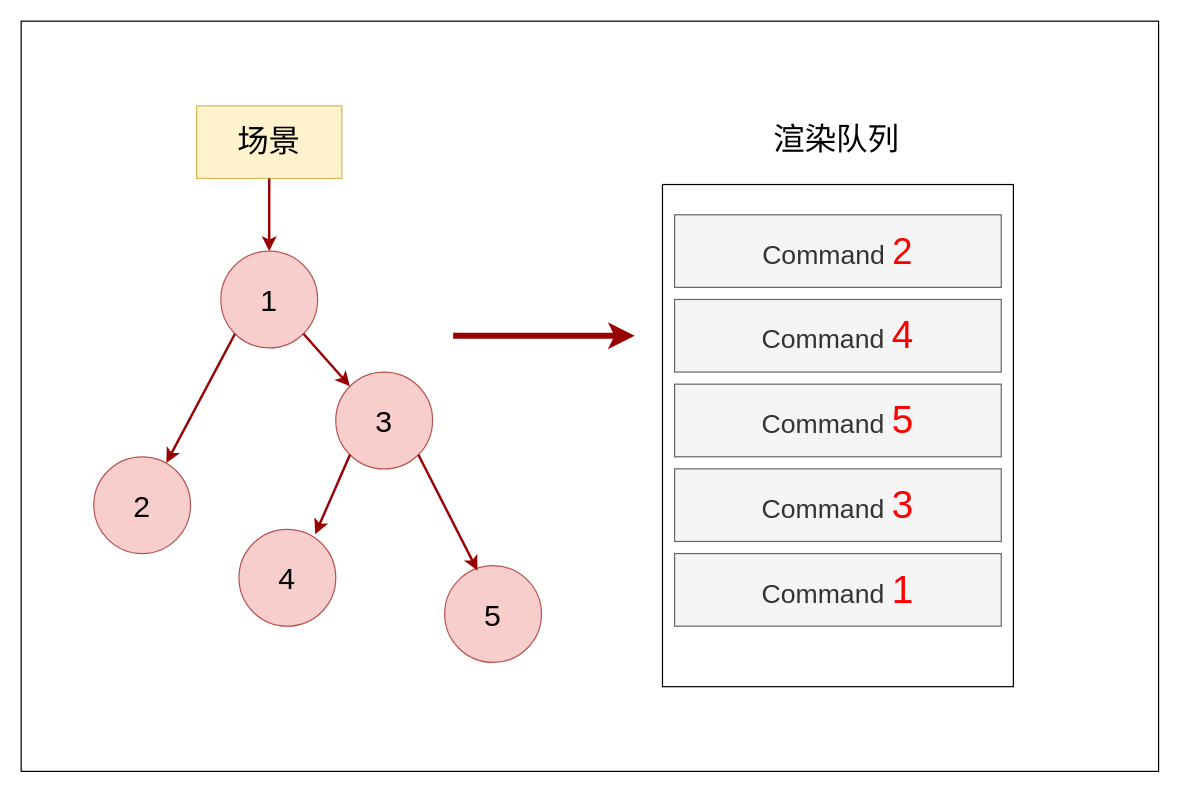
The draw.io diagram cocos_render_command.drawio in imzoer/imzoer.github.io, before the edit. Source tidied: cells renumbered, new cells numbered last; positions are measured from the earlier drawing's top-left corner, leaving out a move shared by most shapes. Both pictures are drawn from the tidied source at 121%, with x=0, y=0 at pixel (21, 21).
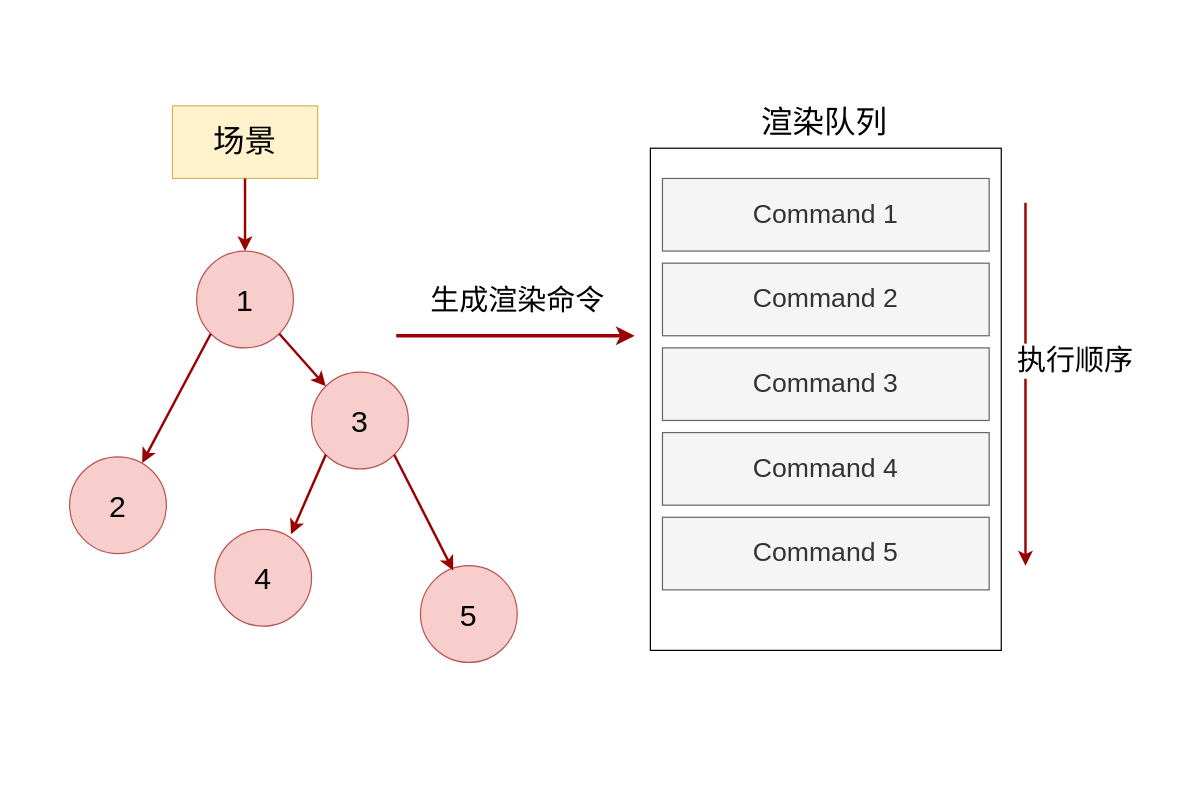
The same page after the edit.

The edit, as a diff of the source:
```diff
@@
-    <mxCell id="2" style="whiteSpace=wrap;html=1;" parent="1" vertex="1">
-      <mxGeometry width="940" height="620" as="geometry" />
-    </mxCell>
     <mxCell id="3" value="&lt;font style=&quot;font-size: 26px&quot;&gt;场景&lt;/font&gt;" style="rounded=0;whiteSpace=wrap;html=1;fillColor=#fff2cc;strokeColor=#d6b656;" parent="1" vertex="1">
-      <mxGeometry x="145" y="70" width="120" height="60" as="geometry" />
+      <mxGeometry x="125" y="70" width="120" height="60" as="geometry" />
     </mxCell>
     <mxCell id="4" value="&lt;font style=&quot;font-size: 25px&quot;&gt;1&lt;/font&gt;" style="ellipse;whiteSpace=wrap;html=1;fillColor=#f8cecc;strokeColor=#b85450;" parent="1" vertex="1">
-      <mxGeometry x="165" y="190" width="80" height="80" as="geometry" />
+      <mxGeometry x="145" y="190" width="80" height="80" as="geometry" />
     </mxCell>
@@
     <mxCell id="6" value="&lt;font style=&quot;font-size: 25px&quot;&gt;2&lt;/font&gt;" style="ellipse;whiteSpace=wrap;html=1;fillColor=#f8cecc;strokeColor=#b85450;" parent="1" vertex="1">
-      <mxGeometry x="60" y="360" width="80" height="80" as="geometry" />
+      <mxGeometry x="40" y="360" width="80" height="80" as="geometry" />
     </mxCell>
@@
     <mxCell id="8" value="&lt;font style=&quot;font-size: 25px&quot;&gt;3&lt;/font&gt;" style="ellipse;whiteSpace=wrap;html=1;fillColor=#f8cecc;strokeColor=#b85450;" parent="1" vertex="1">
-      <mxGeometry x="260" y="290" width="80" height="80" as="geometry" />
+      <mxGeometry x="240" y="290" width="80" height="80" as="geometry" />
     </mxCell>
@@
     <mxCell id="10" value="&lt;font style=&quot;font-size: 25px&quot;&gt;4&lt;/font&gt;" style="ellipse;whiteSpace=wrap;html=1;fillColor=#f8cecc;strokeColor=#b85450;" parent="1" vertex="1">
-      <mxGeometry x="180" y="420" width="80" height="80" as="geometry" />
+      <mxGeometry x="160" y="420" width="80" height="80" as="geometry" />
     </mxCell>
     <mxCell id="11" value="&lt;font style=&quot;font-size: 25px&quot;&gt;5&lt;/font&gt;" style="ellipse;whiteSpace=wrap;html=1;fillColor=#f8cecc;strokeColor=#b85450;" parent="1" vertex="1">
-      <mxGeometry x="350" y="450" width="80" height="80" as="geometry" />
+      <mxGeometry x="330" y="450" width="80" height="80" as="geometry" />
     </mxCell>
@@
-    <mxCell id="14" style="edgeStyle=none;comic=0;orthogonalLoop=1;jettySize=auto;html=1;exitX=0.5;exitY=1;exitDx=0;exitDy=0;strokeColor=#990000;strokeWidth=5;fontColor=#000000;fontSize=14;" parent="1" edge="1">
+    <mxCell id="14" style="edgeStyle=none;comic=0;orthogonalLoop=1;jettySize=auto;html=1;strokeColor=#990000;strokeWidth=3;fontColor=#000000;fontSize=14;" parent="1" edge="1">
       <mxGeometry relative="1" as="geometry">
-        <mxPoint x="357" y="260" as="sourcePoint" />
+        <mxPoint x="310" y="260" as="sourcePoint" />
         <mxPoint x="507" y="260" as="targetPoint" />
       </mxGeometry>
     </mxCell>
+    <mxCell id="22" value="&lt;font style=&quot;font-size: 24px&quot;&gt;生成渲染命令&lt;/font&gt;" style="text;html=1;align=center;verticalAlign=middle;labelBackgroundColor=#ffffff;" parent="14" vertex="1">
+      <mxGeometry x="-0.36" y="-2" relative="1" as="geometry">
+        <mxPoint x="36" y="-32" as="offset" />
+      </mxGeometry>
+    </mxCell>
     <mxCell id="15" value="&lt;span style=&quot;font-size: 26px&quot;&gt;渲染队列&lt;/span&gt;" style="text;html=1;align=left;verticalAlign=top;spacingTop=-4;" parent="1" vertex="1">
-      <mxGeometry x="620" y="80" width="120" height="20" as="geometry" />
+      <mxGeometry x="610" y="66" width="120" height="20" as="geometry" />
     </mxCell>
     <mxCell id="16" style="whiteSpace=wrap;html=1;" parent="1" vertex="1">
-      <mxGeometry x="530" y="135" width="290" height="415" as="geometry" />
+      <mxGeometry x="520" y="105" width="290" height="415" as="geometry" />
     </mxCell>
-    <mxCell id="17" value="&lt;font&gt;&lt;span style=&quot;font-size: 22px&quot;&gt;Command &lt;/span&gt;&lt;font color=&quot;#ff0000&quot; style=&quot;font-size: 30px&quot;&gt;2&lt;/font&gt;&lt;/font&gt;" style="rounded=0;whiteSpace=wrap;html=1;fillColor=#f5f5f5;strokeColor=#666666;fontColor=#333333;fontStyle=0;" parent="1" vertex="1">
-      <mxGeometry x="540" y="160" width="270" height="60" as="geometry" />
+    <mxCell id="17" value="&lt;font&gt;&lt;span style=&quot;font-size: 22px&quot;&gt;Command 1&lt;/span&gt;&lt;/font&gt;" style="rounded=0;whiteSpace=wrap;html=1;fillColor=#f5f5f5;strokeColor=#666666;fontColor=#333333;fontStyle=0;" parent="1" vertex="1">
+      <mxGeometry x="530" y="130" width="270" height="60" as="geometry" />
     </mxCell>
-    <mxCell id="18" value="&lt;font&gt;&lt;span style=&quot;font-size: 22px&quot;&gt;Command &lt;/span&gt;&lt;font color=&quot;#ff0000&quot; style=&quot;font-size: 32px&quot;&gt;4&lt;/font&gt;&lt;/font&gt;" style="rounded=0;whiteSpace=wrap;html=1;fillColor=#f5f5f5;strokeColor=#666666;fontColor=#333333;fontStyle=0;" parent="1" vertex="1">
-      <mxGeometry x="540" y="230" width="270" height="60" as="geometry" />
+    <mxCell id="18" value="&lt;font&gt;&lt;span style=&quot;font-size: 22px&quot;&gt;Command 2&lt;/span&gt;&lt;/font&gt;" style="rounded=0;whiteSpace=wrap;html=1;fillColor=#f5f5f5;strokeColor=#666666;fontColor=#333333;fontStyle=0;" parent="1" vertex="1">
+      <mxGeometry x="530" y="200" width="270" height="60" as="geometry" />
     </mxCell>
-    <mxCell id="19" value="&lt;font&gt;&lt;span style=&quot;font-size: 22px&quot;&gt;Command &lt;/span&gt;&lt;font color=&quot;#ff0000&quot; style=&quot;font-size: 32px&quot;&gt;5&lt;/font&gt;&lt;/font&gt;" style="rounded=0;whiteSpace=wrap;html=1;fillColor=#f5f5f5;strokeColor=#666666;fontColor=#333333;fontStyle=0;" parent="1" vertex="1">
-      <mxGeometry x="540" y="300" width="270" height="60" as="geometry" />
+    <mxCell id="19" value="&lt;font&gt;&lt;span style=&quot;font-size: 22px&quot;&gt;Command 3&lt;/span&gt;&lt;/font&gt;" style="rounded=0;whiteSpace=wrap;html=1;fillColor=#f5f5f5;strokeColor=#666666;fontColor=#333333;fontStyle=0;" parent="1" vertex="1">
+      <mxGeometry x="530" y="270" width="270" height="60" as="geometry" />
     </mxCell>
-    <mxCell id="20" value="&lt;font&gt;&lt;span style=&quot;font-size: 22px&quot;&gt;Command &lt;/span&gt;&lt;font color=&quot;#ff0000&quot; style=&quot;font-size: 32px&quot;&gt;3&lt;/font&gt;&lt;/font&gt;" style="rounded=0;whiteSpace=wrap;html=1;fillColor=#f5f5f5;strokeColor=#666666;fontColor=#333333;fontStyle=0;" parent="1" vertex="1">
-      <mxGeometry x="540" y="370" width="270" height="60" as="geometry" />
+    <mxCell id="20" value="&lt;font&gt;&lt;span style=&quot;font-size: 22px&quot;&gt;Command 4&lt;br&gt;&lt;/span&gt;&lt;/font&gt;" style="rounded=0;whiteSpace=wrap;html=1;fillColor=#f5f5f5;strokeColor=#666666;fontColor=#333333;fontStyle=0;" parent="1" vertex="1">
+      <mxGeometry x="530" y="340" width="270" height="60" as="geometry" />
     </mxCell>
-    <mxCell id="21" value="&lt;font&gt;&lt;span style=&quot;font-size: 22px&quot;&gt;Command &lt;/span&gt;&lt;font color=&quot;#ff0000&quot; style=&quot;font-size: 32px&quot;&gt;1&lt;/font&gt;&lt;/font&gt;" style="rounded=0;whiteSpace=wrap;html=1;fillColor=#f5f5f5;strokeColor=#666666;fontColor=#333333;fontStyle=0;" parent="1" vertex="1">
-      <mxGeometry x="540" y="440" width="270" height="60" as="geometry" />
+    <mxCell id="21" value="&lt;font&gt;&lt;span style=&quot;font-size: 22px&quot;&gt;Command 5&lt;/span&gt;&lt;/font&gt;" style="rounded=0;whiteSpace=wrap;html=1;fillColor=#f5f5f5;strokeColor=#666666;fontColor=#333333;fontStyle=0;" parent="1" vertex="1">
+      <mxGeometry x="530" y="410" width="270" height="60" as="geometry" />
     </mxCell>
+    <mxCell id="23" style="edgeStyle=none;comic=0;orthogonalLoop=1;jettySize=auto;html=1;strokeColor=#990000;strokeWidth=2;fontColor=#000000;fontSize=14;" parent="1" edge="1">
+      <mxGeometry relative="1" as="geometry">
+        <mxPoint x="830" y="150" as="sourcePoint" />
+        <mxPoint x="830" y="450" as="targetPoint" />
+      </mxGeometry>
+    </mxCell>
+    <mxCell id="24" value="&lt;font style=&quot;font-size: 24px&quot;&gt;执行顺序&lt;/font&gt;" style="text;html=1;align=center;verticalAlign=middle;labelBackgroundColor=#ffffff;" parent="23" vertex="1">
+      <mxGeometry x="-0.11" relative="1" as="geometry">
+        <mxPoint x="40" y="-3.5" as="offset" />
+      </mxGeometry>
+    </mxCell>
```
